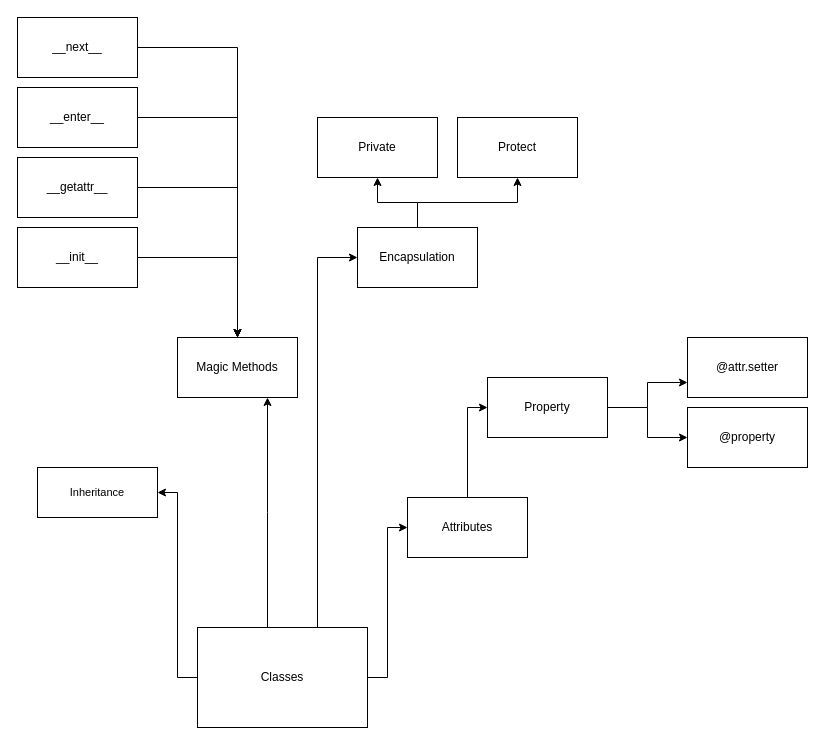
Before: classes/classes.drawio in ericksonlopes/Python, a draw.io diagram. Source tidied: cells renumbered, new cells numbered last; positions are measured from the earlier drawing's top-left corner, leaving out a move shared by most shapes. Both pictures are drawn from the tidied source at 100%, with x=0, y=0 at pixel (17, 17).
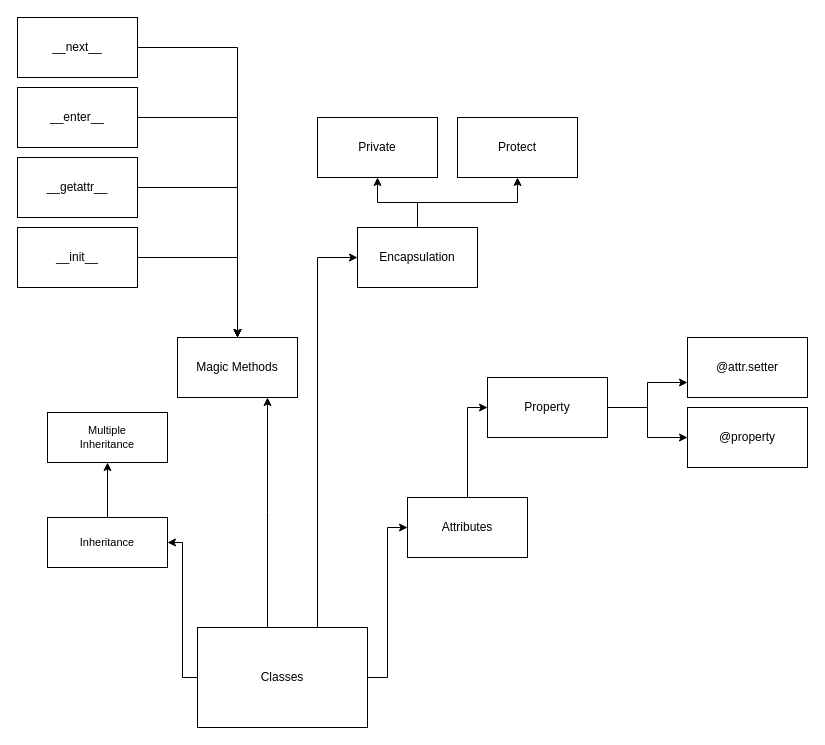
The same diagram, later.

Commit message (it also covers changes not shown here):
multiple inheritance

What changed in the source:
```diff
@@
+    <mxCell id="30" style="edgeStyle=orthogonalEdgeStyle;rounded=0;jettySize=auto;html=1;" parent="1" edge="1" source="29" target="31">
+      <mxGeometry relative="1" as="geometry" />
+    </mxCell>
     <mxCell id="29" value="Inheritance" style="rounded=0;whiteSpace=wrap;html=1;fontFamily=Helvetica;fontSize=11;fontColor=default;" parent="1" vertex="1">
-      <mxGeometry x="20" y="450" width="120" height="50" as="geometry" />
+      <mxGeometry x="30" y="500" width="120" height="50" as="geometry" />
     </mxCell>
+    <mxCell id="31" value="Multiple &lt;br&gt;Inheritance" style="rounded=0;whiteSpace=wrap;html=1;fontFamily=Helvetica;fontSize=11;fontColor=default;" parent="1" vertex="1">
+      <mxGeometry x="30" y="395" width="120" height="50" as="geometry" />
+    </mxCell>
```
